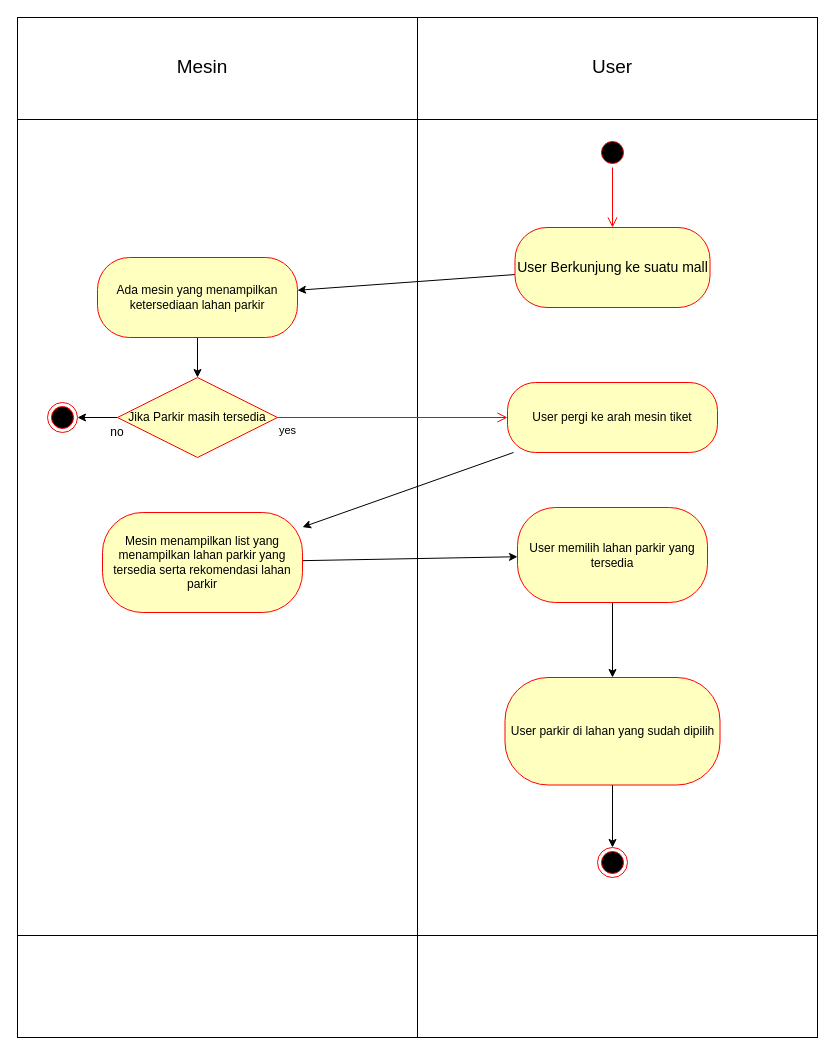
Above: page "Ez Parking" (5 of 6) of Untitled Diagram.drawio in coz-git/coz.github.io (draw.io), before the change. Source tidied: cells renumbered, new cells numbered last; positions are measured from the earlier drawing's top-left corner, leaving out a move shared by most shapes. Both pictures are drawn from the tidied source at 100%, with x=0, y=0 at pixel (17, 17).
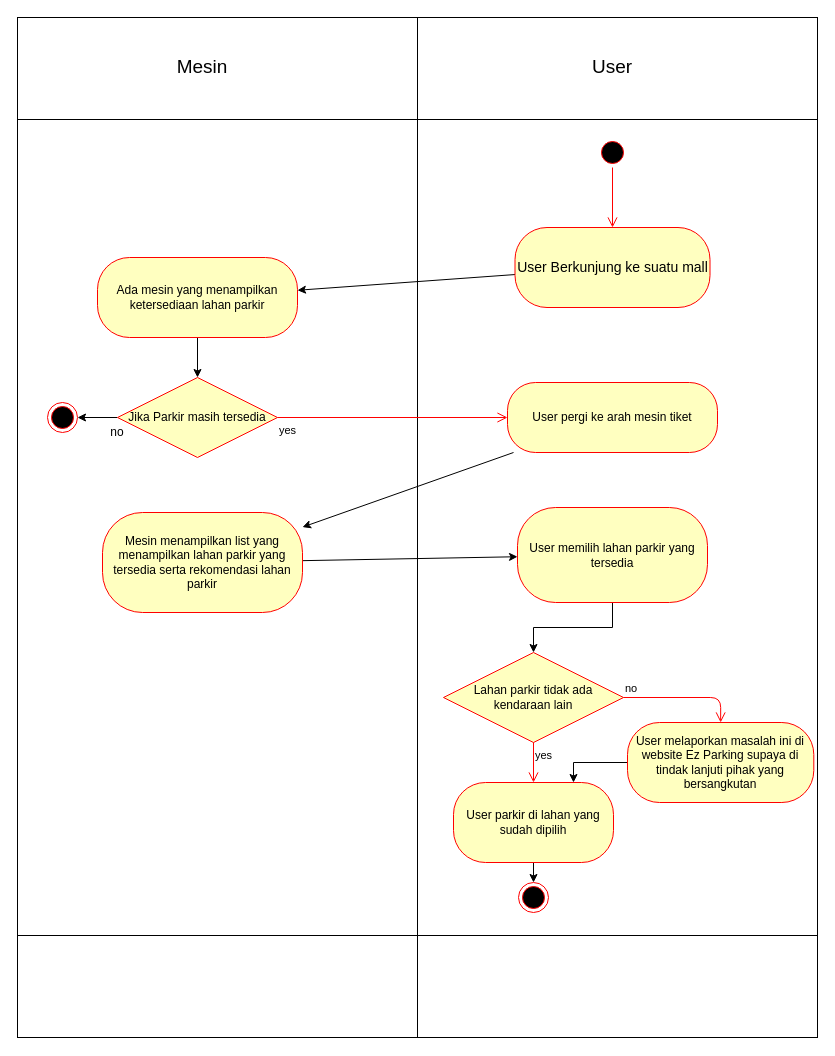
The same diagram, later.

Unchanged cells that the change refers to:
```xml
<mxCell id="22" value="User memilih lahan parkir yang tersedia" style="whiteSpace=wrap;html=1;rounded=1;strokeColor=#ff0000;fillColor=#ffffc0;arcSize=40;" parent="1" vertex="1">
  <mxGeometry x="500" y="490" width="190" height="95" as="geometry" />
</mxCell>
```

The edit, as a diff of the source:
```diff
@@
-    <mxCell id="21" style="edgeStyle=none;rounded=0;jettySize=auto;html=1;" parent="1" edge="1" source="22" target="24">
-      <mxGeometry relative="1" as="geometry" />
-    </mxCell>
+    <mxCell id="26" style="edgeStyle=orthogonalEdgeStyle;rounded=0;jettySize=auto;html=1;entryX=0.5;entryY=0;entryDx=0;entryDy=0;" parent="1" edge="1" source="22" target="27">
+      <mxGeometry relative="1" as="geometry" />
+    </mxCell>
@@
-    <mxCell id="23" style="edgeStyle=none;rounded=0;jettySize=auto;html=1;" parent="1" edge="1" source="24" target="25">
+    <mxCell id="23" style="edgeStyle=none;rounded=0;jettySize=auto;html=1;exitX=0.5;exitY=1;exitDx=0;exitDy=0;" parent="1" edge="1" source="24" target="25">
       <mxGeometry relative="1" as="geometry" />
     </mxCell>
     <mxCell id="24" value="User parkir di lahan yang sudah dipilih" style="whiteSpace=wrap;html=1;rounded=1;strokeColor=#ff0000;fillColor=#ffffc0;arcSize=40;" parent="1" vertex="1">
-      <mxGeometry x="487.5" y="660" width="215" height="107.5" as="geometry" />
+      <mxGeometry x="436" y="765" width="160" height="80" as="geometry" />
     </mxCell>
     <mxCell id="25" style="ellipse;html=1;shape=endState;fillColor=#000000;strokeColor=#ff0000;" parent="1" vertex="1">
-      <mxGeometry x="580" y="830" width="30" height="30" as="geometry" />
+      <mxGeometry x="501" y="865" width="30" height="30" as="geometry" />
     </mxCell>
+    <mxCell id="27" value="Lahan parkir tidak ada kendaraan lain" style="rhombus;whiteSpace=wrap;html=1;fillColor=#ffffc0;strokeColor=#ff0000;" parent="1" vertex="1">
+      <mxGeometry x="426" y="635" width="180" height="90" as="geometry" />
+    </mxCell>
+    <mxCell id="28" value="no" style="edgeStyle=orthogonalEdgeStyle;html=1;align=left;verticalAlign=bottom;endArrow=open;endSize=8;strokeColor=#ff0000;entryX=0.5;entryY=0;entryDx=0;entryDy=0;" parent="1" edge="1" source="27" target="31">
+      <mxGeometry x="-1" relative="1" as="geometry" />
+    </mxCell>
+    <mxCell id="29" value="yes" style="edgeStyle=orthogonalEdgeStyle;html=1;align=left;verticalAlign=top;endArrow=open;endSize=8;strokeColor=#ff0000;" parent="1" edge="1" source="27" target="24">
+      <mxGeometry x="-1" relative="1" as="geometry" />
+    </mxCell>
+    <mxCell id="30" style="edgeStyle=orthogonalEdgeStyle;rounded=0;jettySize=auto;html=1;entryX=0.75;entryY=0;entryDx=0;entryDy=0;" parent="1" edge="1" source="31" target="24">
+      <mxGeometry relative="1" as="geometry" />
+    </mxCell>
+    <mxCell id="31" value="User melaporkan masalah ini di website Ez Parking supaya di tindak lanjuti pihak yang bersangkutan" style="rounded=1;whiteSpace=wrap;html=1;arcSize=40;fontColor=#000000;fillColor=#ffffc0;strokeColor=#ff0000;" parent="1" vertex="1">
+      <mxGeometry x="610" y="705" width="186.3" height="80" as="geometry" />
+    </mxCell>
```
